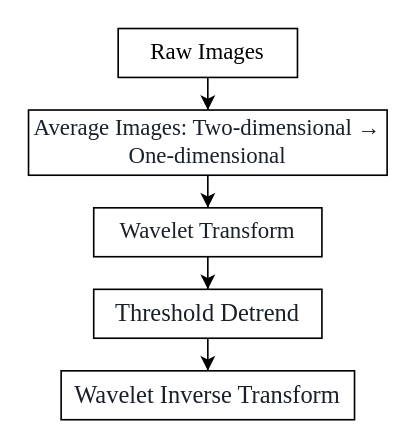
Maggieliu96/Super-resolution-Fluctuation-based-technique keeps this draw.io diagram as Draft diagram.drawio. Above is the earlier version. Source tidied: cells renumbered, new cells numbered last; positions are measured from the earlier drawing's top-left corner, leaving out a move shared by most shapes. Both pictures are drawn from the tidied source at 163%, with x=0, y=0 at pixel (28, 28).
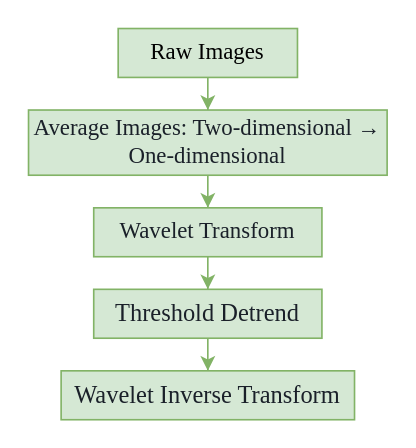
After the change.

Diff of the diagram source:
```diff
@@
 <mxGraphModel>
   <root>
     <mxCell id="0" />
     <mxCell id="1" parent="0" />
-    <mxCell id="2" style="edgeStyle=orthogonalEdgeStyle;rounded=0;jettySize=auto;html=1;" parent="1" edge="1" source="3" target="5">
+    <mxCell id="2" style="edgeStyle=orthogonalEdgeStyle;rounded=0;jettySize=auto;html=1;fillColor=#d5e8d4;strokeColor=#82b366;labelBackgroundColor=none;arcSize=14;" parent="1" edge="1" source="3" target="5">
       <mxGeometry relative="1" as="geometry" />
     </mxCell>
-    <mxCell id="3" value="Raw Images" style="rounded=0;whiteSpace=wrap;html=1;fontFamily=Times New Roman;fontSize=14;align=center;" parent="1" vertex="1">
+    <mxCell id="3" value="Raw Images" style="rounded=0;whiteSpace=wrap;html=1;fontFamily=Times New Roman;fontSize=14;align=center;fillColor=#d5e8d4;strokeColor=#82b366;labelBackgroundColor=none;arcSize=14;" parent="1" vertex="1">
       <mxGeometry x="55" width="110" height="30" as="geometry" />
     </mxCell>
-    <mxCell id="4" style="edgeStyle=orthogonalEdgeStyle;rounded=0;jettySize=auto;html=1;" parent="1" edge="1" source="5" target="7">
+    <mxCell id="4" style="edgeStyle=orthogonalEdgeStyle;rounded=0;jettySize=auto;html=1;fillColor=#d5e8d4;strokeColor=#82b366;labelBackgroundColor=none;arcSize=14;" parent="1" edge="1" source="5" target="7">
       <mxGeometry relative="1" as="geometry" />
     </mxCell>
-    <mxCell id="5" value="&lt;span style=&quot;color: rgb(26, 32, 41); text-align: left; background-color: rgb(255, 255, 255);&quot;&gt;Average Images: Two-dimensional → One-dimensional&lt;/span&gt;" style="whiteSpace=wrap;html=1;rounded=0;fontFamily=Times New Roman;fontSize=14;" parent="1" vertex="1">
+    <mxCell id="5" value="&lt;span style=&quot;color: rgb(26, 32, 41); text-align: left;&quot;&gt;Average Images: Two-dimensional → One-dimensional&lt;/span&gt;" style="whiteSpace=wrap;html=1;rounded=0;fontFamily=Times New Roman;fontSize=14;fillColor=#d5e8d4;strokeColor=#82b366;labelBackgroundColor=none;arcSize=14;" parent="1" vertex="1">
       <mxGeometry y="50" width="220" height="40" as="geometry" />
     </mxCell>
-    <mxCell id="6" style="edgeStyle=orthogonalEdgeStyle;rounded=0;jettySize=auto;html=1;" parent="1" edge="1" source="7" target="10">
+    <mxCell id="6" style="edgeStyle=orthogonalEdgeStyle;rounded=0;jettySize=auto;html=1;fillColor=#d5e8d4;strokeColor=#82b366;labelBackgroundColor=none;arcSize=14;" parent="1" edge="1" source="7" target="10">
       <mxGeometry relative="1" as="geometry" />
     </mxCell>
-    <mxCell id="7" value="&lt;span style=&quot;color: rgb(26, 32, 41); text-align: left; background-color: rgb(255, 255, 255);&quot;&gt;Wavelet Transform&lt;/span&gt;" style="whiteSpace=wrap;html=1;fontSize=14;fontFamily=Times New Roman;rounded=0;" parent="1" vertex="1">
+    <mxCell id="7" value="&lt;span style=&quot;color: rgb(26, 32, 41); text-align: left;&quot;&gt;Wavelet Transform&lt;/span&gt;" style="whiteSpace=wrap;html=1;fontSize=14;fontFamily=Times New Roman;rounded=0;fillColor=#d5e8d4;strokeColor=#82b366;labelBackgroundColor=none;arcSize=14;" parent="1" vertex="1">
       <mxGeometry x="40" y="110" width="140" height="30" as="geometry" />
     </mxCell>
-    <mxCell id="8" style="edgeStyle=orthogonalEdgeStyle;rounded=0;orthogonalLoop=1;jettySize=auto;html=1;exitX=0.5;exitY=1;exitDx=0;exitDy=0;" parent="1" edge="1" source="5" target="5">
+    <mxCell id="8" style="edgeStyle=orthogonalEdgeStyle;rounded=0;orthogonalLoop=1;jettySize=auto;html=1;exitX=0.5;exitY=1;exitDx=0;exitDy=0;fillColor=#d5e8d4;strokeColor=#82b366;labelBackgroundColor=none;arcSize=14;" parent="1" edge="1" source="5" target="5">
       <mxGeometry relative="1" as="geometry" />
     </mxCell>
-    <mxCell id="9" style="edgeStyle=orthogonalEdgeStyle;rounded=0;jettySize=auto;html=1;" parent="1" edge="1" source="10" target="11">
+    <mxCell id="9" style="edgeStyle=orthogonalEdgeStyle;rounded=0;jettySize=auto;html=1;fillColor=#d5e8d4;strokeColor=#82b366;labelBackgroundColor=none;arcSize=14;" parent="1" edge="1" source="10" target="11">
       <mxGeometry relative="1" as="geometry" />
     </mxCell>
-    <mxCell id="10" value="&lt;span style=&quot;color: rgb(26, 32, 41); font-size: 15px; text-align: left; background-color: rgb(255, 255, 255);&quot;&gt;Threshold Detrend&lt;/span&gt;" style="whiteSpace=wrap;html=1;fontSize=14;fontFamily=Times New Roman;rounded=0;" parent="1" vertex="1">
+    <mxCell id="10" value="&lt;span style=&quot;color: rgb(26, 32, 41); font-size: 15px; text-align: left;&quot;&gt;Threshold Detrend&lt;/span&gt;" style="whiteSpace=wrap;html=1;fontSize=14;fontFamily=Times New Roman;rounded=0;fillColor=#d5e8d4;strokeColor=#82b366;labelBackgroundColor=none;arcSize=14;" parent="1" vertex="1">
       <mxGeometry x="40" y="160" width="140" height="30" as="geometry" />
     </mxCell>
-    <mxCell id="11" value="&lt;span style=&quot;color: rgb(26, 32, 41); font-size: 15px; text-align: left; background-color: rgb(255, 255, 255);&quot;&gt;Wavelet Inverse Transform&lt;/span&gt;" style="whiteSpace=wrap;html=1;fontSize=14;fontFamily=Times New Roman;rounded=0;" parent="1" vertex="1">
+    <mxCell id="11" value="&lt;span style=&quot;color: rgb(26, 32, 41); font-size: 15px; text-align: left;&quot;&gt;Wavelet Inverse Transform&lt;/span&gt;" style="whiteSpace=wrap;html=1;fontSize=14;fontFamily=Times New Roman;rounded=0;fillColor=#d5e8d4;strokeColor=#82b366;labelBackgroundColor=none;arcSize=14;" parent="1" vertex="1">
       <mxGeometry x="20" y="210" width="180" height="30" as="geometry" />
     </mxCell>
   </root>
 </mxGraphModel>
```
